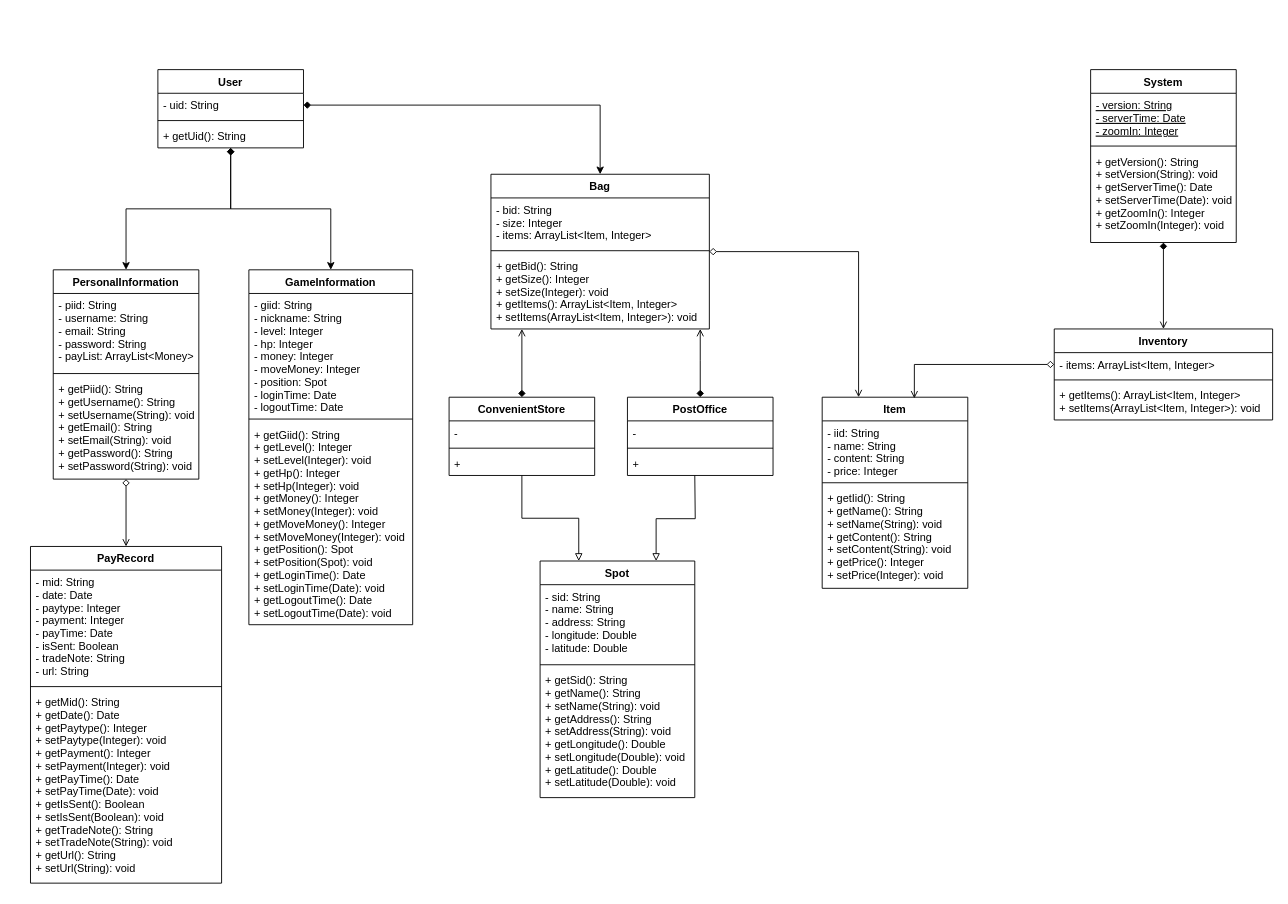
This is page "Class Diagram" (3 of 3) of uml.drawio from zhao1995chen/final-project-of-2020-training-class, a draw.io file, before an edit. Source tidied: cells renumbered, new cells numbered last; positions are measured from the earlier drawing's top-left corner, leaving out a move shared by most shapes. Both pictures are drawn from the tidied source at 91%, with x=0, y=0 at pixel (30, 69).
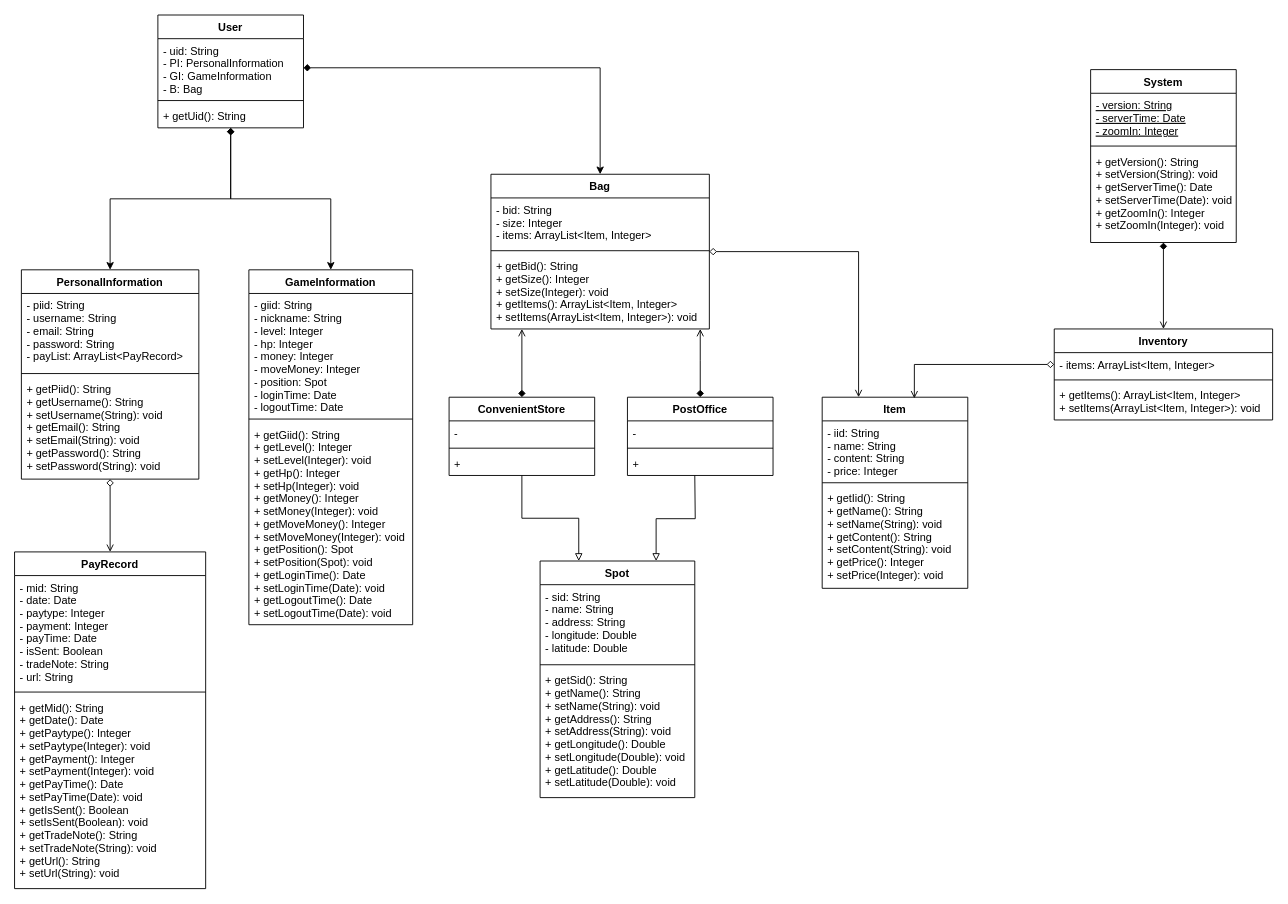
The same page after the edit.

Diff of the diagram source:
```diff
@@
     <mxCell id="4" value="User" style="swimlane;fontStyle=1;align=center;verticalAlign=top;horizontal=1;startSize=26;" parent="1" vertex="1">
-      <mxGeometry x="140" width="160" height="86" as="geometry" />
+      <mxGeometry x="140" y="-60" width="160" height="124" as="geometry" />
     </mxCell>
-    <mxCell id="5" value="- uid: String" style="text;strokeColor=none;fillColor=none;align=left;verticalAlign=top;spacingLeft=4;spacingRight=4;overflow=hidden;points=[[0,0.5],[1,0.5]];portConstraint=eastwest;" parent="4" vertex="1">
-      <mxGeometry y="26" width="160" height="26" as="geometry" />
+    <mxCell id="5" value="- uid: String&#10;- PI: PersonalInformation&#10;- GI: GameInformation&#10;- B: Bag" style="text;strokeColor=none;fillColor=none;align=left;verticalAlign=top;spacingLeft=4;spacingRight=4;overflow=hidden;points=[[0,0.5],[1,0.5]];portConstraint=eastwest;" parent="4" vertex="1">
+      <mxGeometry y="26" width="160" height="64" as="geometry" />
     </mxCell>
     <mxCell id="6" style="line;strokeWidth=1;fillColor=none;align=left;verticalAlign=middle;spacingTop=-1;spacingLeft=3;spacingRight=3;labelPosition=right;" parent="4" vertex="1">
-      <mxGeometry y="52" width="160" height="8" as="geometry" />
+      <mxGeometry y="90" width="160" height="8" as="geometry" />
     </mxCell>
     <mxCell id="7" value="+ getUid(): String" style="text;strokeColor=none;fillColor=none;align=left;verticalAlign=top;spacingLeft=4;spacingRight=4;overflow=hidden;" parent="4" vertex="1">
-      <mxGeometry y="60" width="160" height="26" as="geometry" />
+      <mxGeometry y="98" width="160" height="26" as="geometry" />
     </mxCell>
@@
     <mxCell id="9" value="PersonalInformation" style="swimlane;fontStyle=1;align=center;verticalAlign=top;horizontal=1;startSize=26;" parent="1" vertex="1">
-      <mxGeometry x="25" y="220" width="160" height="230" as="geometry" />
+      <mxGeometry x="-10" y="220" width="195" height="230" as="geometry" />
     </mxCell>
-    <mxCell id="10" value="- piid: String&#10;- username: String&#10;- email: String&#10;- password: String&#10;- payList: ArrayList&lt;Money&gt;" style="text;strokeColor=none;fillColor=none;align=left;verticalAlign=top;spacingLeft=4;spacingRight=4;overflow=hidden;" parent="9" vertex="1">
-      <mxGeometry y="26" width="160" height="84" as="geometry" />
+    <mxCell id="10" value="- piid: String&#10;- username: String&#10;- email: String&#10;- password: String&#10;- payList: ArrayList&lt;PayRecord&gt;" style="text;strokeColor=none;fillColor=none;align=left;verticalAlign=top;spacingLeft=4;spacingRight=4;overflow=hidden;" parent="9" vertex="1">
+      <mxGeometry y="26" width="195" height="84" as="geometry" />
     </mxCell>
     <mxCell id="11" style="line;strokeWidth=1;fillColor=none;align=left;verticalAlign=middle;spacingTop=-1;spacingLeft=3;spacingRight=3;labelPosition=right;" parent="9" vertex="1">
-      <mxGeometry y="110" width="160" height="8" as="geometry" />
+      <mxGeometry y="110" width="195" height="8" as="geometry" />
     </mxCell>
     <mxCell id="12" value="+ getPiid(): String&#10;+ getUsername(): String&#10;+ setUsername(String): void&#10;+ getEmail(): String&#10;+ setEmail(String): void&#10;+ getPassword(): String&#10;+ setPassword(String): void" style="text;strokeColor=none;fillColor=none;align=left;verticalAlign=top;spacingLeft=4;spacingRight=4;overflow=hidden;" parent="9" vertex="1">
-      <mxGeometry y="118" width="160" height="112" as="geometry" />
+      <mxGeometry y="118" width="195" height="112" as="geometry" />
     </mxCell>
@@
     <mxCell id="52" value="PayRecord" style="swimlane;fontStyle=1;align=center;verticalAlign=top;horizontal=1;startSize=26;" parent="1" vertex="1">
-      <mxGeometry y="524" width="210" height="370" as="geometry" />
+      <mxGeometry x="-17.5" y="530" width="210" height="370" as="geometry" />
     </mxCell>
```
